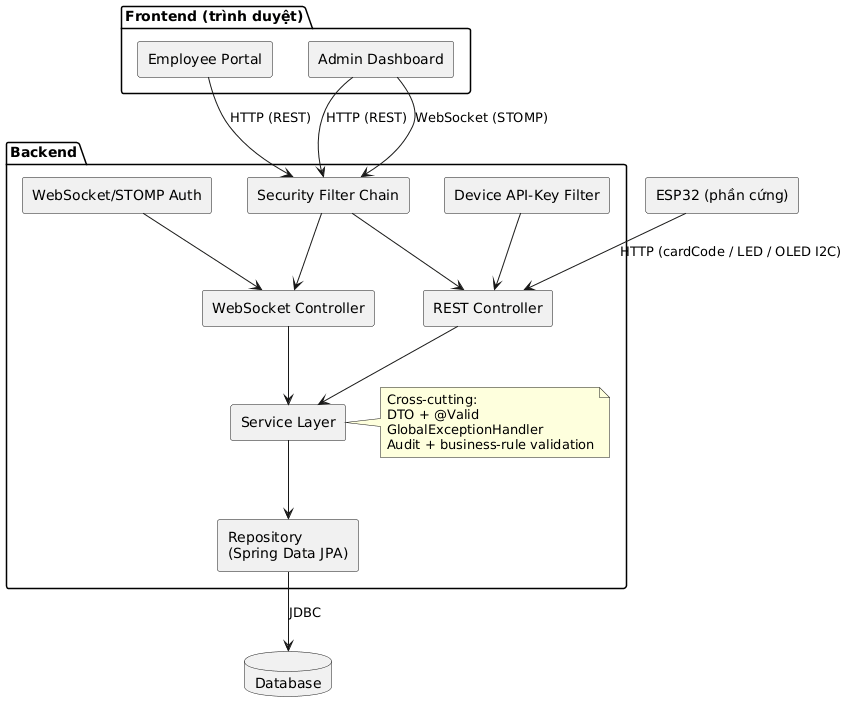
The PlantUML diagram docs/Architecture.png in anhtuanp-99/taptrack-attendance-system, before a commit. Source of this version:
```plantuml
@startuml
skinparam componentStyle rectangle

package "Frontend (trình duyệt)" {
  [Employee Portal]
  [Admin Dashboard]
}

package "Backend" {
  [Security Filter Chain] as Security
  [Device API-Key Filter] as DeviceKey
  [WebSocket/STOMP Auth] as WsAuth
  [REST Controller] as RestCtrl
  [WebSocket Controller] as WsCtrl
  [Service Layer] as Service
  [Repository\n(Spring Data JPA)] as Repo
  note right of Service
    Cross-cutting:
    DTO + @Valid
    GlobalExceptionHandler
    Audit + business-rule validation
  end note
}

database "Database" as DB
component "ESP32 (phần cứng)" as ESP32

[Employee Portal] --> Security : HTTP (REST)
[Admin Dashboard] --> Security : HTTP (REST)
[Admin Dashboard] --> Security : WebSocket (STOMP)
Security --> RestCtrl
Security --> WsCtrl
DeviceKey --> RestCtrl
WsAuth --> WsCtrl
RestCtrl --> Service
WsCtrl --> Service
Service --> Repo
Repo --> DB : JDBC
ESP32 --> RestCtrl : HTTP (cardCode / LED / OLED I2C)
@enduml
```
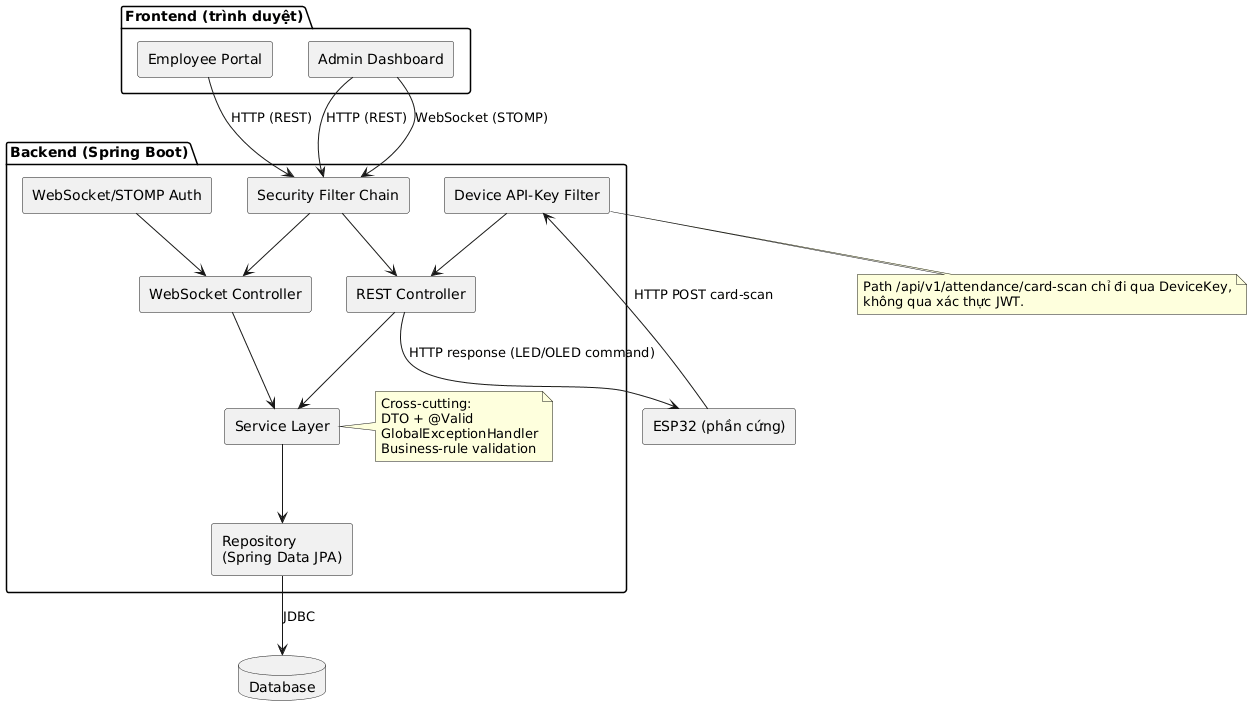
The same diagram one commit later.

What changed in the source:
```diff
@@ -6,7 +6,7 @@
   [Admin Dashboard]
 }
 
-package "Backend" {
+package "Backend (Spring Boot)" {
   [Security Filter Chain] as Security
   [Device API-Key Filter] as DeviceKey
   [WebSocket/STOMP Auth] as WsAuth
@@ -18,7 +18,7 @@
     Cross-cutting:
     DTO + @Valid
     GlobalExceptionHandler
-    Audit + business-rule validation
+    Business-rule validation
   end note
 }
 
@@ -36,5 +36,11 @@
 WsCtrl --> Service
 Service --> Repo
 Repo --> DB : JDBC
-ESP32 --> RestCtrl : HTTP (cardCode / LED / OLED I2C)
+ESP32 --> DeviceKey : HTTP POST card-scan
+RestCtrl --> ESP32 : HTTP response (LED/OLED command)
+
+note bottom of DeviceKey
+  Path /api/v1/attendance/card-scan chỉ đi qua DeviceKey,
+  không qua xác thực JWT.
+end note
 @enduml
```
